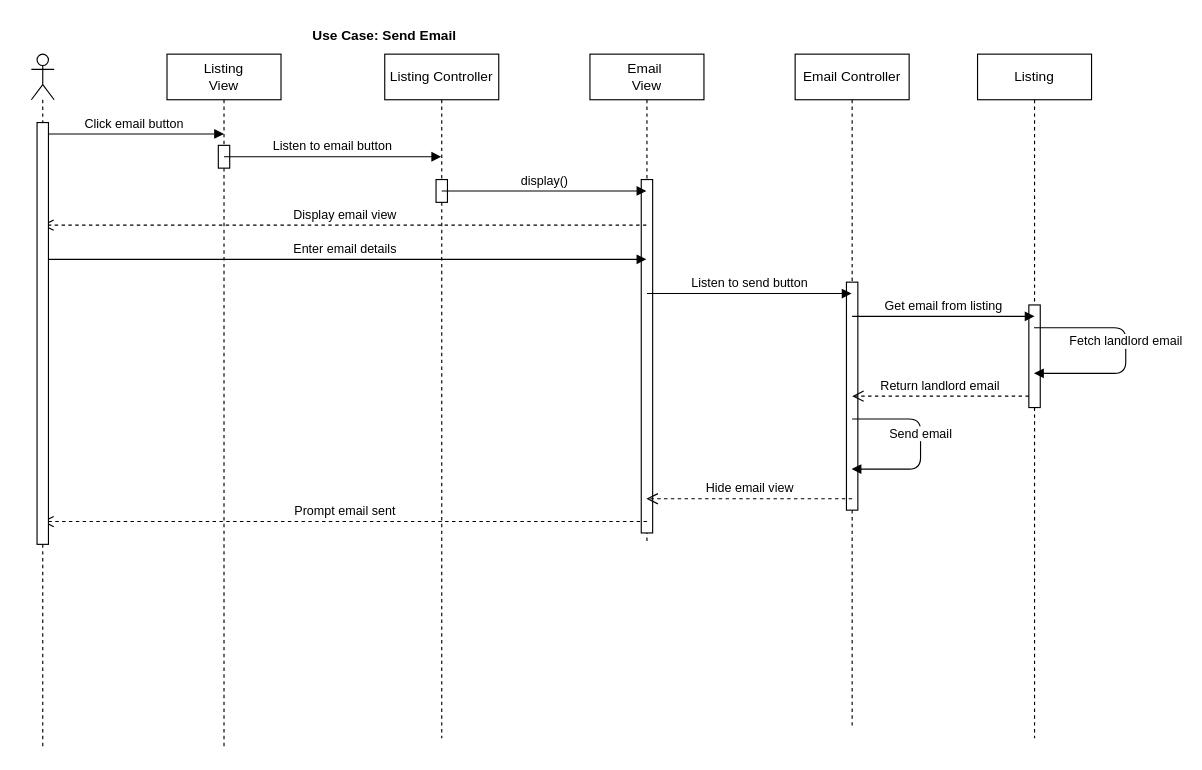
This is page "Send Email" (3 of 10) of SequenceDiagrams.drawio from ryan-holt/ENSF480FinalProject, a draw.io file, before an edit. Source tidied: cells renumbered, new cells numbered last; positions are measured from the earlier drawing's top-left corner, leaving out a move shared by most shapes. Both pictures are drawn from the tidied source at 114%, with x=0, y=0 at pixel (31, 19).
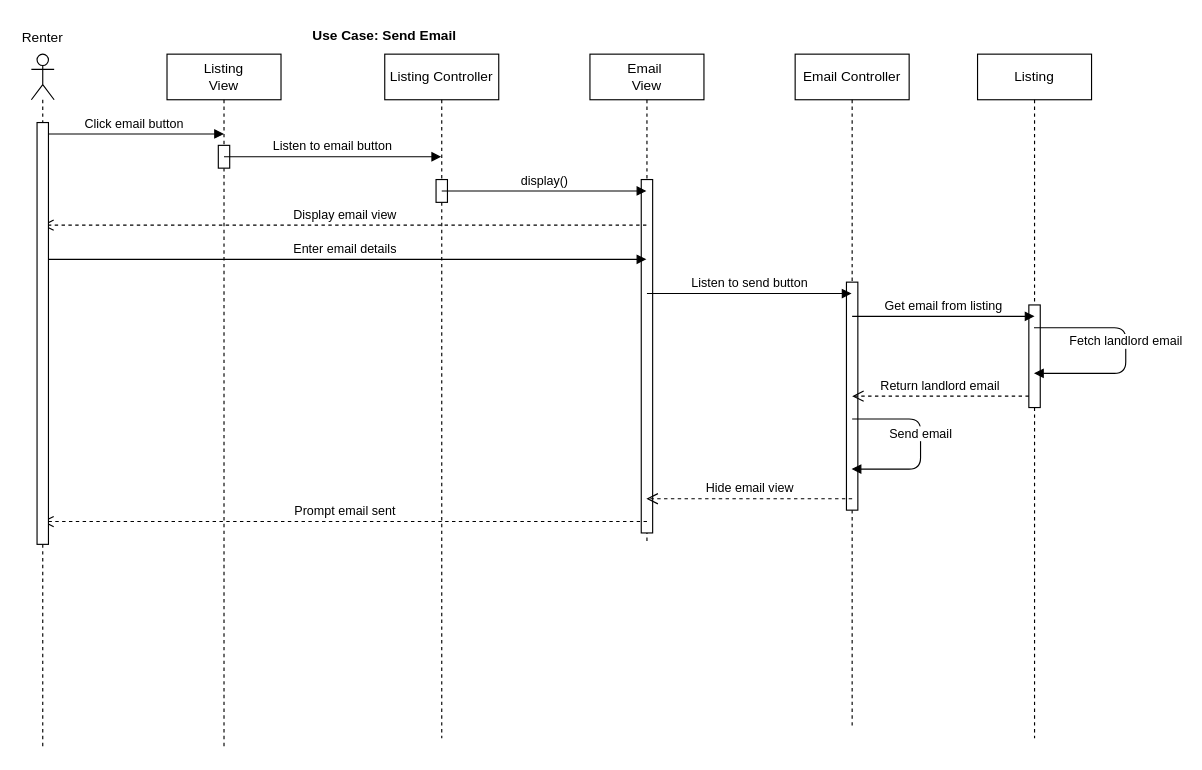
The same page after the edit.

Diff of the diagram source:
```diff
@@
+    <mxCell id="27" value="Renter" style="text;html=1;strokeColor=none;fillColor=none;align=center;verticalAlign=middle;whiteSpace=wrap;rounded=0;" parent="1" vertex="1">
+      <mxGeometry x="-10" y="6" width="40" height="20" as="geometry" />
+    </mxCell>
```
